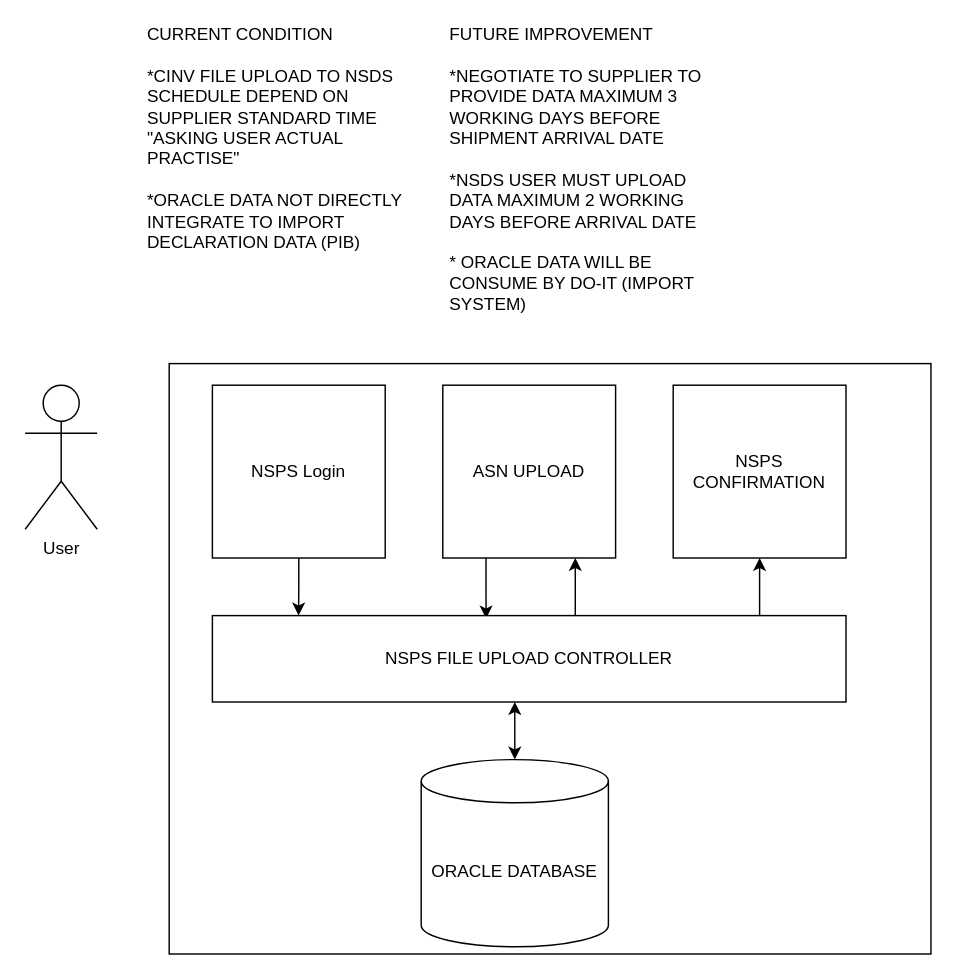
Before: page "NSPS-IMPORT" (2 of 2) of Existing Upload Data Import_NSDS_CINV.drawio in 1000pilar/import-system-ii, a draw.io diagram. Source tidied: cells renumbered, new cells numbered last; positions are measured from the earlier drawing's top-left corner, leaving out a move shared by most shapes. Both pictures are drawn from the tidied source at 144%, with x=0, y=0 at pixel (24, 39).
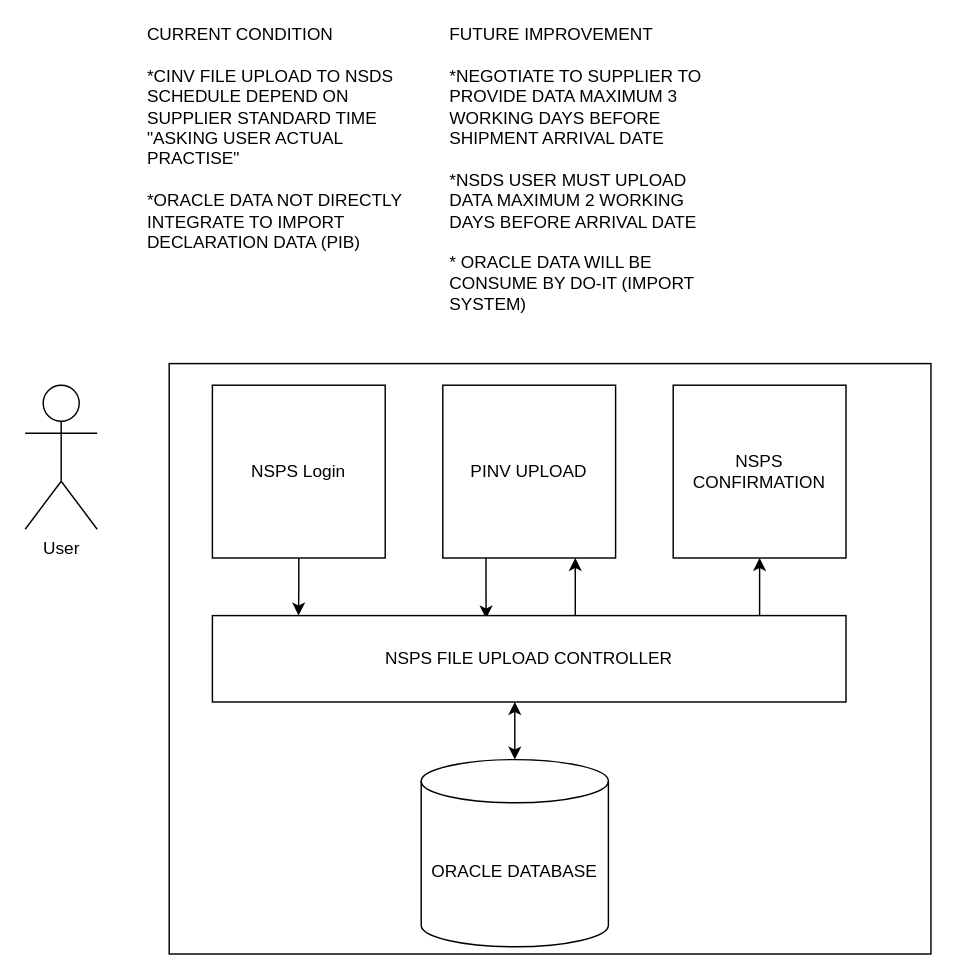
The same diagram, later.

What changed in the source:
```diff
@@
 <mxGraphModel>
   <root>
     <mxCell id="0" />
     <mxCell id="1" parent="0" />
     <mxCell id="2" style="rounded=0;whiteSpace=wrap;html=1;align=left;" parent="1" vertex="1">
       <mxGeometry x="100" y="225" width="529" height="410" as="geometry" />
     </mxCell>
     <mxCell id="3" value="User" style="shape=umlActor;verticalLabelPosition=bottom;verticalAlign=top;html=1;" parent="1" vertex="1">
       <mxGeometry y="240" width="50" height="100" as="geometry" />
     </mxCell>
     <mxCell id="4" style="edgeStyle=orthogonalEdgeStyle;rounded=0;jettySize=auto;html=1;exitX=0.5;exitY=1;exitDx=0;exitDy=0;entryX=0.136;entryY=0;entryDx=0;entryDy=0;entryPerimeter=0;" parent="1" edge="1" source="5" target="9">
       <mxGeometry relative="1" as="geometry" />
     </mxCell>
     <mxCell id="5" value="NSPS Login" style="whiteSpace=wrap;html=1;" parent="1" vertex="1">
       <mxGeometry x="130" y="240" width="120" height="120" as="geometry" />
     </mxCell>
     <mxCell id="6" style="edgeStyle=orthogonalEdgeStyle;rounded=0;jettySize=auto;html=1;exitX=0.25;exitY=1;exitDx=0;exitDy=0;entryX=0.432;entryY=0.033;entryDx=0;entryDy=0;entryPerimeter=0;" parent="1" edge="1" source="7" target="9">
       <mxGeometry relative="1" as="geometry" />
     </mxCell>
-    <mxCell id="7" value="ASN UPLOAD" style="whiteSpace=wrap;html=1;" parent="1" vertex="1">
+    <mxCell id="7" value="PINV UPLOAD" style="whiteSpace=wrap;html=1;" parent="1" vertex="1">
       <mxGeometry x="290" y="240" width="120" height="120" as="geometry" />
     </mxCell>
     <mxCell id="8" value="NSPS CONFIRMATION" style="whiteSpace=wrap;html=1;" parent="1" vertex="1">
       <mxGeometry x="450" y="240" width="120" height="120" as="geometry" />
     </mxCell>
     <mxCell id="9" value="NSPS FILE UPLOAD CONTROLLER" style="rounded=0;whiteSpace=wrap;html=1;" parent="1" vertex="1">
       <mxGeometry x="130" y="400" width="440" height="60" as="geometry" />
     </mxCell>
     <mxCell id="10" value="ORACLE DATABASE" style="shape=cylinder3;whiteSpace=wrap;html=1;boundedLbl=1;backgroundOutline=1;size=15;" parent="1" vertex="1">
       <mxGeometry x="275" y="500" width="130" height="130" as="geometry" />
     </mxCell>
     <mxCell id="11" style="endArrow=classic;startArrow=classic;html=1;rounded=0;exitX=0.5;exitY=0;exitDx=0;exitDy=0;exitPerimeter=0;" parent="1" edge="1" source="10">
       <mxGeometry relative="1" as="geometry">
         <mxPoint x="340" y="460" as="targetPoint" />
       </mxGeometry>
     </mxCell>
     <mxCell id="12" style="endArrow=classic;html=1;rounded=0;entryX=0.5;entryY=1;entryDx=0;entryDy=0;" parent="1" edge="1" target="8">
       <mxGeometry relative="1" as="geometry">
         <mxPoint x="510" y="400" as="sourcePoint" />
       </mxGeometry>
     </mxCell>
     <mxCell id="13" value="&lt;div&gt;CURRENT CONDITION&lt;/div&gt;&lt;div&gt;&lt;br&gt;&lt;/div&gt;&lt;div align=&quot;left&quot;&gt;*CINV FILE UPLOAD TO NSDS SCHEDULE DEPEND ON SUPPLIER STANDARD TIME &quot;ASKING USER ACTUAL PRACTISE&quot;&lt;br&gt;&lt;/div&gt;&lt;div align=&quot;left&quot;&gt;&lt;br&gt;&lt;/div&gt;&lt;div align=&quot;left&quot;&gt;*ORACLE DATA NOT DIRECTLY INTEGRATE TO IMPORT DECLARATION DATA (PIB)&lt;br&gt;&lt;/div&gt;&lt;div align=&quot;left&quot;&gt;&lt;br&gt;&lt;/div&gt;&lt;div align=&quot;left&quot;&gt;&lt;br&gt;&lt;/div&gt;" style="text;html=1;strokeColor=none;fillColor=none;spacing=5;spacingTop=-20;whiteSpace=wrap;overflow=hidden;rounded=0;align=left;" parent="1" vertex="1">
       <mxGeometry x="80" width="190" height="160" as="geometry" />
     </mxCell>
     <mxCell id="14" style="endArrow=classic;html=1;rounded=0;" parent="1" edge="1">
       <mxGeometry relative="1" as="geometry">
         <mxPoint x="382" y="400" as="sourcePoint" />
         <mxPoint x="382" y="360" as="targetPoint" />
       </mxGeometry>
     </mxCell>
     <mxCell id="15" value="&lt;div&gt;FUTURE IMPROVEMENT&lt;br&gt;&lt;/div&gt;&lt;div&gt;&lt;br&gt;&lt;/div&gt;&lt;div align=&quot;left&quot;&gt;*NEGOTIATE TO SUPPLIER TO PROVIDE DATA MAXIMUM 3 WORKING DAYS BEFORE SHIPMENT ARRIVAL DATE&lt;br&gt;&lt;/div&gt;&lt;div align=&quot;left&quot;&gt;&lt;br&gt;&lt;/div&gt;&lt;div align=&quot;left&quot;&gt;*NSDS USER MUST UPLOAD DATA MAXIMUM 2 WORKING DAYS BEFORE ARRIVAL DATE&lt;/div&gt;&lt;div align=&quot;left&quot;&gt;&lt;br&gt;&lt;/div&gt;&lt;div align=&quot;left&quot;&gt;* ORACLE DATA WILL BE CONSUME BY DO-IT (IMPORT SYSTEM)&lt;br&gt;&lt;/div&gt;&lt;div align=&quot;left&quot;&gt;&lt;br&gt;&lt;/div&gt;&lt;div align=&quot;left&quot;&gt;&lt;br&gt;&lt;/div&gt;" style="text;html=1;strokeColor=none;fillColor=none;spacing=5;spacingTop=-20;whiteSpace=wrap;overflow=hidden;rounded=0;align=left;" parent="1" vertex="1">
       <mxGeometry x="290" width="190" height="200" as="geometry" />
     </mxCell>
   </root>
 </mxGraphModel>
```
